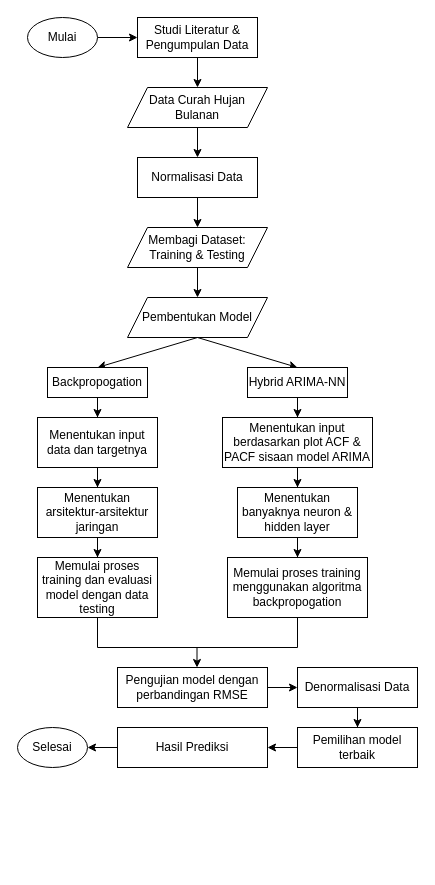
Before: revisialur.drawio in Andiilla/draw-io, a draw.io diagram. Source tidied: cells renumbered, new cells numbered last; positions are measured from the earlier drawing's top-left corner, leaving out a move shared by most shapes. Both pictures are drawn from the tidied source at 100%, with x=0, y=0 at pixel (17, 17).
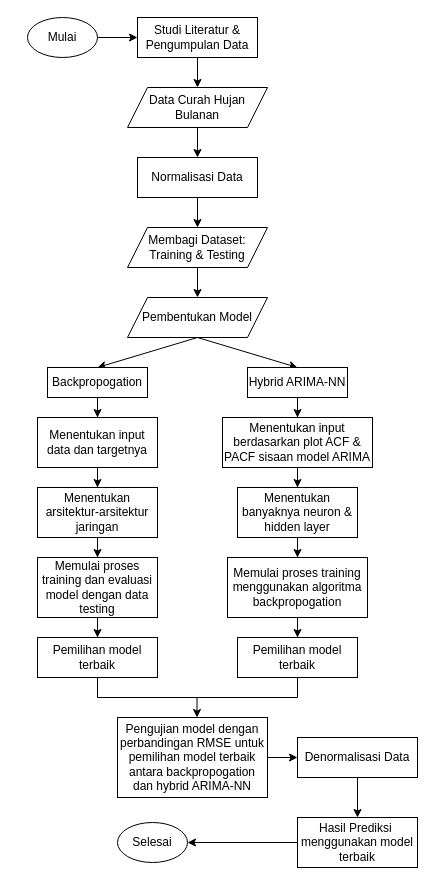
Above is the later version.

The change refers to these unchanged cells:
```xml
<mxCell id="27" value="Memulai proses training dan evaluasi model dengan data testing" style="rounded=0;whiteSpace=wrap;html=1;" parent="1" vertex="1">
  <mxGeometry x="20" y="540" width="120" height="60" as="geometry" />
</mxCell>
<mxCell id="28" value="Memulai proses training menggunakan algoritma backpropogation" style="whiteSpace=wrap;html=1;rounded=0;" parent="1" vertex="1">
  <mxGeometry x="210" y="540" width="140" height="60" as="geometry" />
</mxCell>
```

The edit, as a diff of the source:
```diff
@@
+    <mxCell id="42" style="edgeStyle=orthogonalEdgeStyle;rounded=0;jettySize=auto;html=1;" parent="1" edge="1" source="27" target="45">
+      <mxGeometry relative="1" as="geometry" />
+    </mxCell>
@@
+    <mxCell id="43" style="edgeStyle=orthogonalEdgeStyle;rounded=0;jettySize=auto;html=1;" parent="1" edge="1" source="28" target="46">
+      <mxGeometry relative="1" as="geometry" />
+    </mxCell>
@@
-    <mxCell id="29" style="endArrow=none;html=1;rounded=0;exitX=0.5;exitY=1;exitDx=0;exitDy=0;" parent="1" edge="1" source="27">
-      <mxGeometry relative="1" as="geometry">
-        <mxPoint x="80" y="630" as="targetPoint" />
-      </mxGeometry>
-    </mxCell>
-    <mxCell id="30" style="endArrow=none;html=1;rounded=0;exitX=0.5;exitY=1;exitDx=0;exitDy=0;" parent="1" edge="1" source="28">
-      <mxGeometry relative="1" as="geometry">
-        <mxPoint x="280" y="630" as="targetPoint" />
-      </mxGeometry>
-    </mxCell>
     <mxCell id="31" style="endArrow=none;html=1;rounded=0;" parent="1" edge="1">
       <mxGeometry relative="1" as="geometry">
-        <mxPoint x="80" y="630" as="sourcePoint" />
-        <mxPoint x="280" y="630" as="targetPoint" />
+        <mxPoint x="80" y="680" as="sourcePoint" />
+        <mxPoint x="280" y="680" as="targetPoint" />
       </mxGeometry>
     </mxCell>
     <mxCell id="32" style="endArrow=classic;html=1;rounded=0;" parent="1" edge="1">
       <mxGeometry relative="1" as="geometry">
-        <mxPoint x="179.5" y="630" as="sourcePoint" />
-        <mxPoint x="179.5" y="650" as="targetPoint" />
+        <mxPoint x="179.5" y="680" as="sourcePoint" />
+        <mxPoint x="179.5" y="700" as="targetPoint" />
       </mxGeometry>
     </mxCell>
@@
-    <mxCell id="34" value="Pengujian model dengan perbandingan RMSE" style="rounded=0;whiteSpace=wrap;html=1;" parent="1" vertex="1">
-      <mxGeometry x="100" y="650" width="150" height="40" as="geometry" />
+    <mxCell id="34" value="Pengujian model dengan perbandingan RMSE untuk pemilihan model terbaik antara backpropogation dan hybrid ARIMA-NN" style="rounded=0;whiteSpace=wrap;html=1;" parent="1" vertex="1">
+      <mxGeometry x="100" y="700" width="150" height="80" as="geometry" />
     </mxCell>
-    <mxCell id="35" style="edgeStyle=orthogonalEdgeStyle;rounded=0;jettySize=auto;html=1;" parent="1" edge="1" source="36" target="38">
-      <mxGeometry relative="1" as="geometry" />
-    </mxCell>
+    <mxCell id="44" style="edgeStyle=orthogonalEdgeStyle;rounded=0;jettySize=auto;html=1;" parent="1" edge="1" source="36" target="40">
+      <mxGeometry relative="1" as="geometry" />
+    </mxCell>
     <mxCell id="36" value="Denormalisasi Data" style="whiteSpace=wrap;html=1;rounded=0;" parent="1" vertex="1">
-      <mxGeometry x="280" y="650" width="120" height="40" as="geometry" />
+      <mxGeometry x="280" y="720" width="120" height="40" as="geometry" />
     </mxCell>
-    <mxCell id="37" style="edgeStyle=orthogonalEdgeStyle;rounded=0;jettySize=auto;html=1;" parent="1" edge="1" source="38" target="40">
-      <mxGeometry relative="1" as="geometry" />
-    </mxCell>
-    <mxCell id="38" value="Pemilihan model terbaik" style="whiteSpace=wrap;html=1;rounded=0;" parent="1" vertex="1">
-      <mxGeometry x="280" y="710" width="120" height="40" as="geometry" />
-    </mxCell>
@@
-    <mxCell id="40" value="Hasil Prediksi" style="rounded=0;whiteSpace=wrap;html=1;" parent="1" vertex="1">
-      <mxGeometry x="100" y="710" width="150" height="40" as="geometry" />
+    <mxCell id="40" value="Hasil Prediksi&amp;nbsp; menggunakan model terbaik" style="rounded=0;whiteSpace=wrap;html=1;" parent="1" vertex="1">
+      <mxGeometry x="280" y="800" width="120" height="50" as="geometry" />
     </mxCell>
     <mxCell id="41" value="Selesai" style="ellipse;whiteSpace=wrap;html=1;" parent="1" vertex="1">
-      <mxGeometry y="710" width="70" height="40" as="geometry" />
+      <mxGeometry x="100" y="805" width="70" height="40" as="geometry" />
     </mxCell>
+    <mxCell id="45" value="Pemilihan model terbaik" style="whiteSpace=wrap;html=1;rounded=0;" parent="1" vertex="1">
+      <mxGeometry x="20" y="620" width="120" height="40" as="geometry" />
+    </mxCell>
+    <mxCell id="46" value="Pemilihan model terbaik" style="whiteSpace=wrap;html=1;rounded=0;" parent="1" vertex="1">
+      <mxGeometry x="220" y="620" width="120" height="40" as="geometry" />
+    </mxCell>
+    <mxCell id="47" style="endArrow=none;html=1;rounded=0;exitX=0.5;exitY=1;exitDx=0;exitDy=0;" parent="1" edge="1" source="45">
+      <mxGeometry relative="1" as="geometry">
+        <mxPoint x="80" y="680" as="targetPoint" />
+      </mxGeometry>
+    </mxCell>
+    <mxCell id="48" style="endArrow=none;html=1;rounded=0;exitX=0.5;exitY=1;exitDx=0;exitDy=0;" parent="1" edge="1" source="46">
+      <mxGeometry relative="1" as="geometry">
+        <mxPoint x="280" y="680" as="targetPoint" />
+      </mxGeometry>
+    </mxCell>
```
